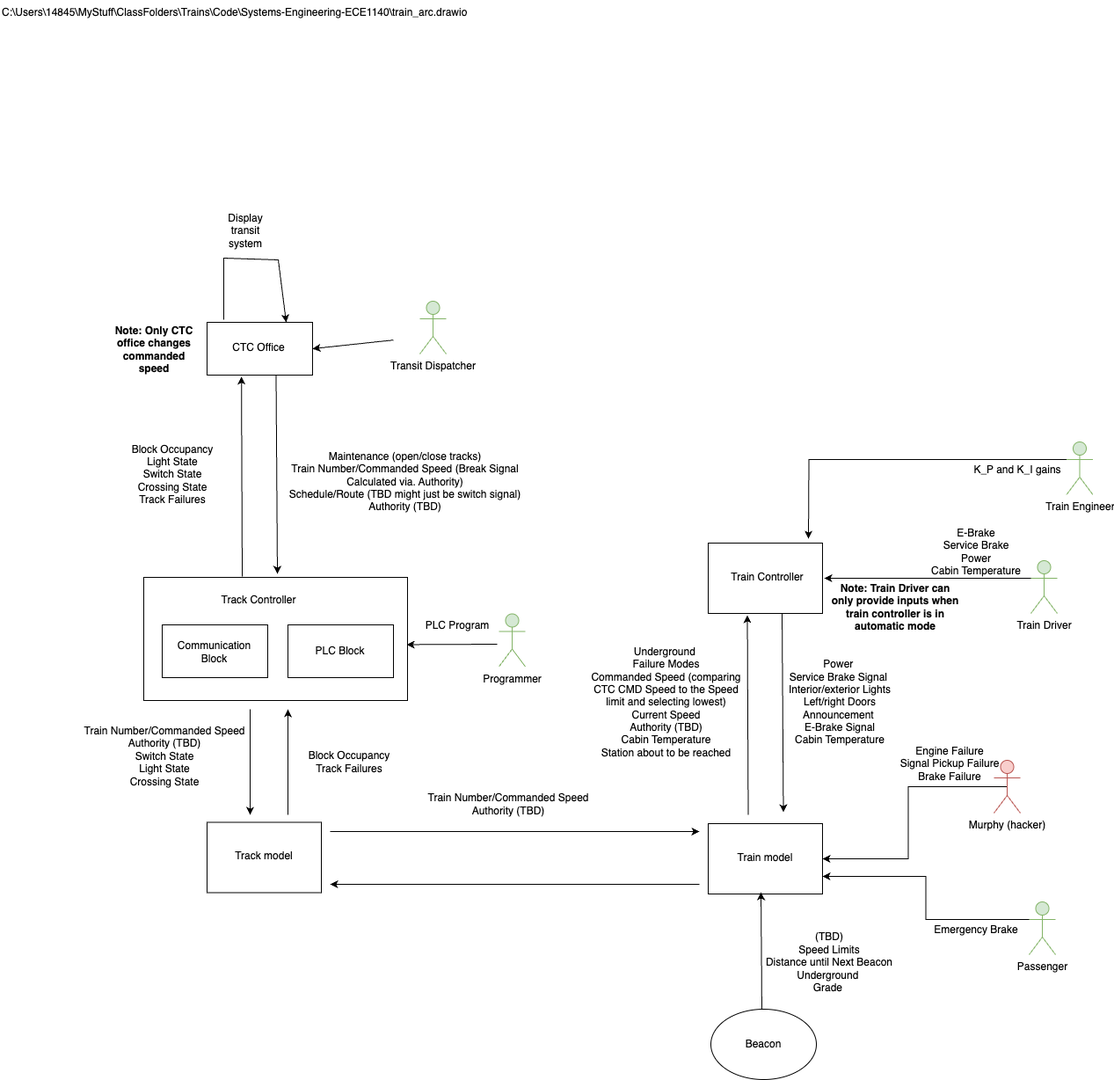
Earlier version of the draw.io export Architecture_Group3.png (lao57/Systems-Engineering-ECE1140). Source tidied: cells renumbered, new cells last; positions are measured from the earlier drawing's top-left corner, leaving out a move shared by most shapes.
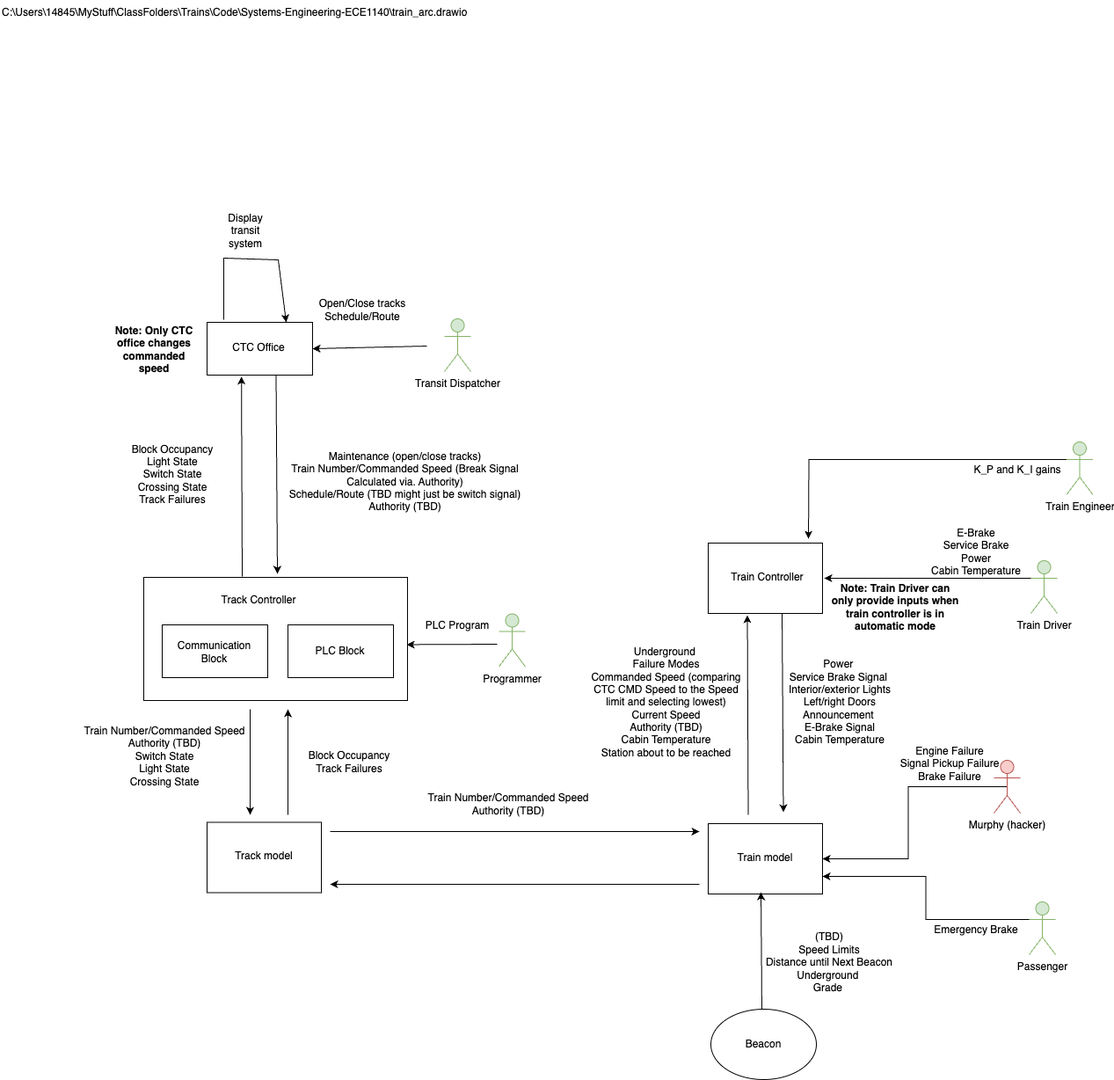
After the commit.

The edit, as a diff of the source:
```diff
@@ -197,12 +197,15 @@
       <mxGeometry x="249" y="247" width="60" height="30" as="geometry" />
     </mxCell>
     <mxCell id="54" value="Transit Dispatcher&lt;div&gt;&lt;br&gt;&lt;/div&gt;" style="shape=umlActor;verticalLabelPosition=bottom;verticalAlign=top;html=1;fillColor=#d5e8d4;strokeColor=#82b366;" parent="1" vertex="1">
-      <mxGeometry x="477" y="342" width="30" height="60" as="geometry" />
+      <mxGeometry x="505" y="362" width="30" height="60" as="geometry" />
     </mxCell>
     <mxCell id="55" style="endArrow=classic;html=1;rounded=0;entryX=1;entryY=0.5;entryDx=0;entryDy=0;" parent="1" edge="1" target="5">
       <mxGeometry relative="1" as="geometry">
-        <mxPoint x="447" y="386.2" as="sourcePoint" />
+        <mxPoint x="485" y="393" as="sourcePoint" />
       </mxGeometry>
     </mxCell>
+    <mxCell id="56" value="Open/Close tracks&lt;div&gt;Schedule/Route&lt;/div&gt;" style="text;html=1;align=center;verticalAlign=middle;whiteSpace=wrap;rounded=0;" parent="1" vertex="1">
+      <mxGeometry x="353" y="337" width="118" height="30" as="geometry" />
+    </mxCell>
   </root>
 </mxGraphModel>
```
